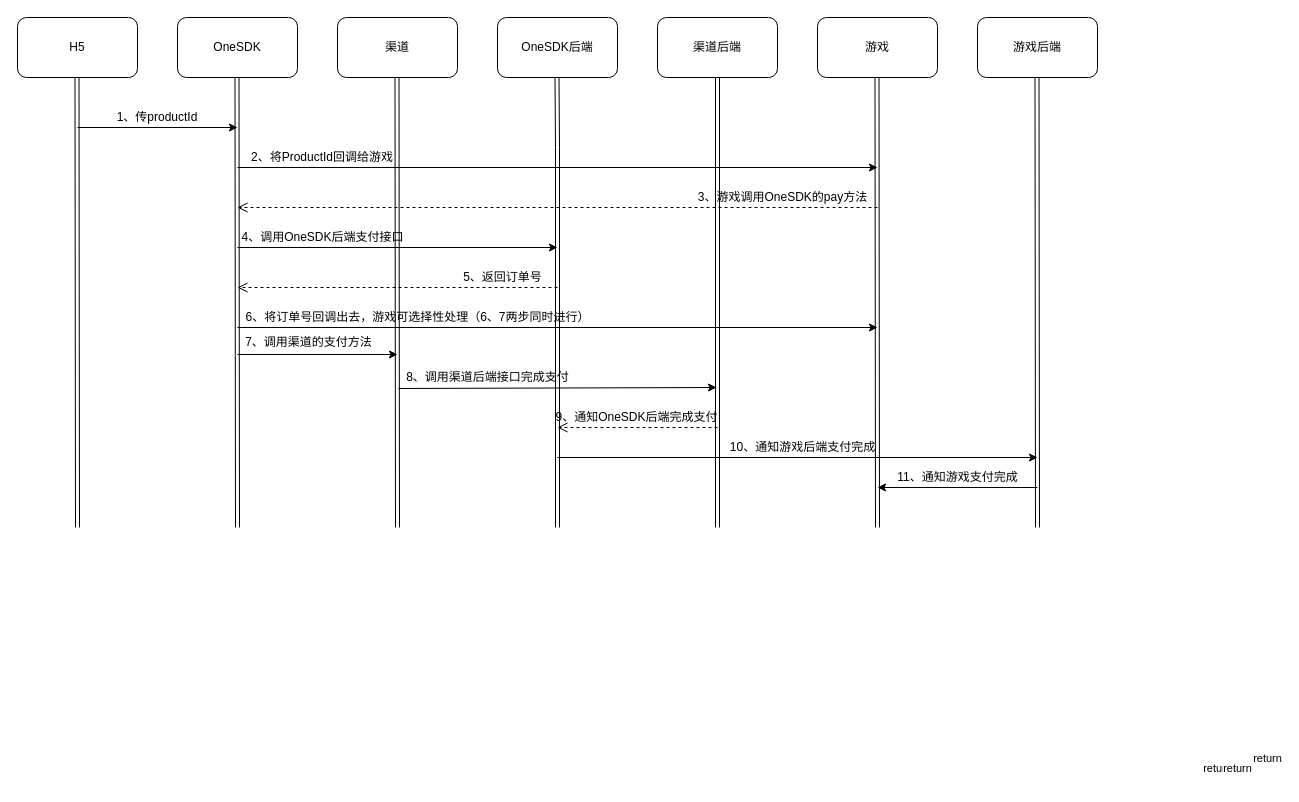
This is Untitled Diagram.drawio from chenchaoPgy/beisaier, a draw.io file, before an edit. Source tidied: cells renumbered, new cells numbered last; positions are measured from the earlier drawing's top-left corner, leaving out a move shared by most shapes. Both pictures are drawn from the tidied source at 100%, with x=0, y=0 at pixel (17, 17).
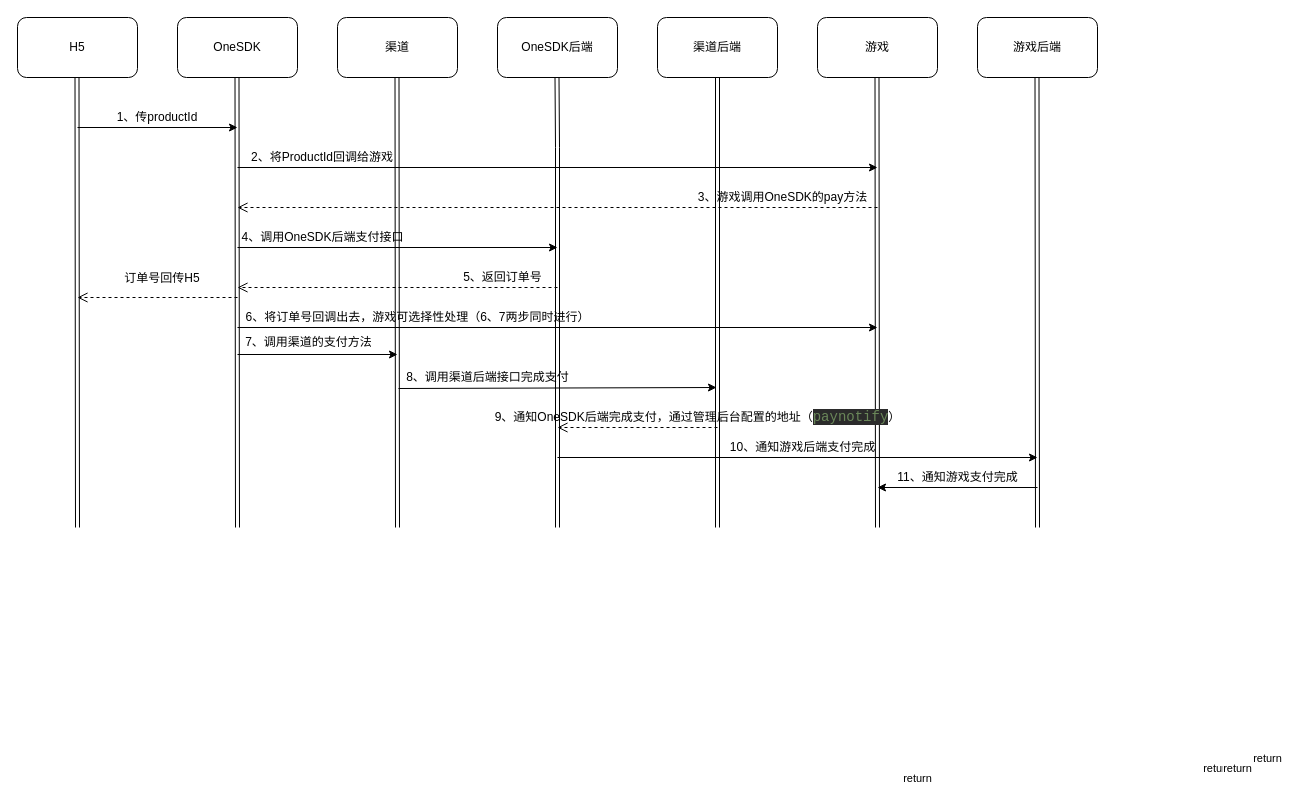
After the change.

Change to the diagram source:
```diff
@@
-    <mxCell id="29" value="9、通知OneSDK后端完成支付" style="text;html=1;align=center;verticalAlign=middle;strokeColor=none;" parent="1" vertex="1">
-      <mxGeometry x="529" y="390" width="180" height="20" as="geometry" />
+    <mxCell id="29" value="9、通知OneSDK后端完成支付，通过管理后台配置的地址（&lt;span style=&quot;color: rgb(106 , 135 , 89) ; background-color: rgb(43 , 43 , 43) ; font-family: &amp;#34;courier new&amp;#34; ; font-size: 10.5pt&quot;&gt;paynotify&lt;/span&gt;&lt;span&gt;）&lt;/span&gt;" style="text;html=1;align=center;verticalAlign=middle;strokeColor=none;" parent="1" vertex="1">
+      <mxGeometry x="470" y="390" width="420" height="20" as="geometry" />
     </mxCell>
@@
+    <mxCell id="38" value="return" style="html=1;verticalAlign=bottom;endArrow=open;dashed=1;endSize=8;" parent="1" edge="1">
+      <mxGeometry x="-1" y="838" relative="1" as="geometry">
+        <mxPoint x="220" y="280" as="sourcePoint" />
+        <mxPoint x="60" y="280" as="targetPoint" />
+        <mxPoint x="680" y="-348" as="offset" />
+      </mxGeometry>
+    </mxCell>
+    <mxCell id="39" value="订单号回传H5" style="text;html=1;strokeColor=none;fillColor=none;align=center;verticalAlign=middle;whiteSpace=wrap;rounded=0;" parent="1" vertex="1">
+      <mxGeometry x="100" y="251" width="90" height="20" as="geometry" />
+    </mxCell>
```
